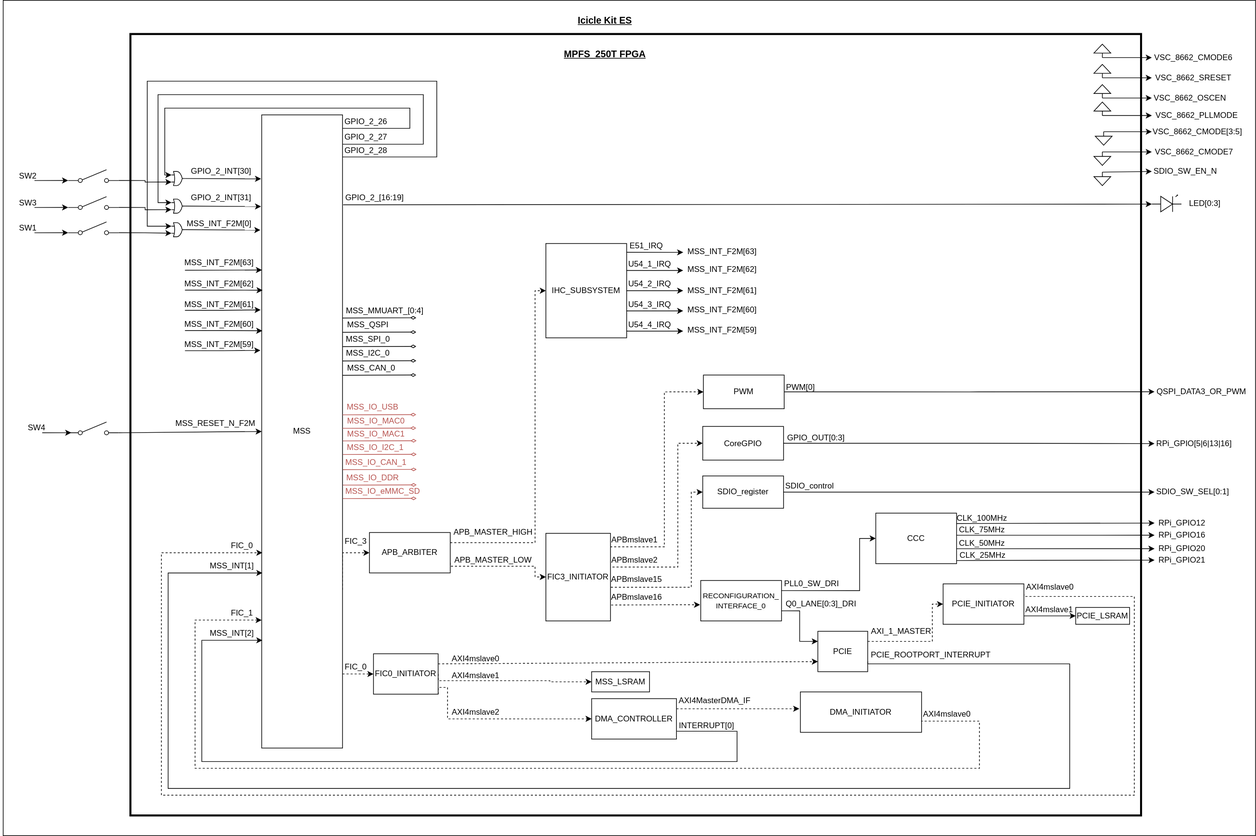
The draw.io diagram block_diagram.svg in polarfire-soc/icicle-kit-reference-design, before a commit. Source tidied: cells renumbered, new cells last; positions are measured from the earlier drawing's top-left corner, leaving out a move shared by most shapes.
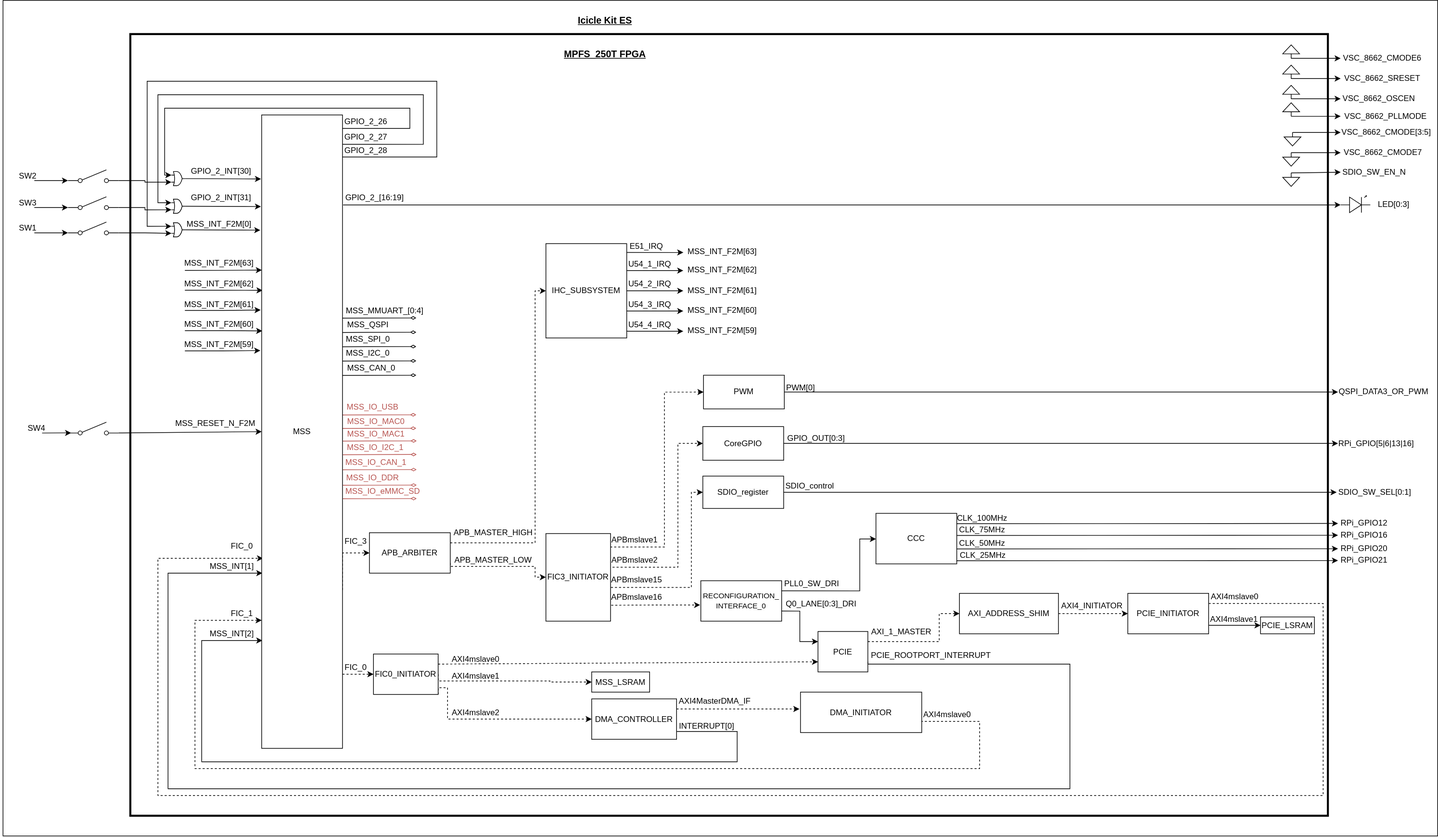
After the change.

Commit message:
Updated block diagram to add axi address shim

What changed in the source:
```diff
@@ -5,6 +5,6 @@
     <mxCell id="2" style="rounded=0;whiteSpace=wrap;html=1;" parent="1" vertex="1">
-      <mxGeometry x="4" width="1860" height="1240" as="geometry" />
+      <mxGeometry x="4" width="2130" height="1240" as="geometry" />
     </mxCell>
     <mxCell id="3" style="rounded=0;whiteSpace=wrap;html=1;strokeWidth=3;" parent="1" vertex="1">
-      <mxGeometry x="193" y="50" width="1501" height="1160" as="geometry" />
+      <mxGeometry x="193" y="50" width="1778" height="1160" as="geometry" />
     </mxCell>
@@ -47,5 +47,2 @@
     </mxCell>
-    <mxCell id="8" value="MSS" style="rounded=0;whiteSpace=wrap;html=1;" parent="1" vertex="1">
-      <mxGeometry x="388" y="170" width="120" height="940" as="geometry" />
-    </mxCell>
     <mxCell id="9" style="edgeStyle=none;rounded=0;jettySize=auto;html=1;exitX=1;exitY=0.25;exitDx=0;exitDy=0;entryX=0;entryY=0.75;entryDx=0;entryDy=0;dashed=1;" parent="1" edge="1" source="11" target="15">
@@ -79,10 +76,10 @@
     </mxCell>
-    <mxCell id="14" style="edgeStyle=orthogonalEdgeStyle;rounded=0;jettySize=auto;html=1;exitX=1;exitY=0.25;exitDx=0;exitDy=0;entryX=0;entryY=0.5;entryDx=0;entryDy=0;dashed=1;" parent="1" edge="1" source="15" target="66">
-      <mxGeometry relative="1" as="geometry">
-        <Array as="points">
-          <mxPoint x="1384" y="951.6" />
-          <mxPoint x="1384" y="896.6" />
-        </Array>
-      </mxGeometry>
-    </mxCell>
+    <mxCell id="195" style="edgeStyle=orthogonalEdgeStyle;rounded=0;jettySize=auto;html=1;exitX=1;exitY=0.25;exitDx=0;exitDy=0;entryX=0;entryY=0.5;entryDx=0;entryDy=0;dashed=1;" parent="1" edge="1" source="15" target="198">
+      <mxGeometry relative="1" as="geometry">
+        <Array as="points">
+          <mxPoint x="1394" y="952" />
+          <mxPoint x="1394" y="910" />
+        </Array>
+      </mxGeometry>
+    </mxCell>
     <mxCell id="15" value="PCIE" style="rounded=0;whiteSpace=wrap;html=1;" parent="1" vertex="1">
@@ -173,6 +170,6 @@
     <mxCell id="33" value="PCIE_LSRAM" style="rounded=0;whiteSpace=wrap;html=1;" parent="1" vertex="1">
-      <mxGeometry x="1597" y="901.2" width="80" height="25" as="geometry" />
+      <mxGeometry x="1871" y="915" width="80" height="25" as="geometry" />
     </mxCell>
     <mxCell id="34" value="AXI4mslave1" style="text;html=1;strokeColor=none;fillColor=none;align=center;verticalAlign=middle;whiteSpace=wrap;rounded=0;" parent="1" vertex="1">
-      <mxGeometry x="1520" y="895.2" width="76" height="20" as="geometry" />
+      <mxGeometry x="1794" y="909" width="76" height="20" as="geometry" />
     </mxCell>
@@ -182,3 +179,3 @@
     <mxCell id="36" value="LED[0:3]" style="text;html=1;strokeColor=none;fillColor=none;align=center;verticalAlign=middle;whiteSpace=wrap;rounded=0;" parent="1" vertex="1">
-      <mxGeometry x="1754" y="291.5" width="70" height="20" as="geometry" />
+      <mxGeometry x="2034" y="292.5" width="70" height="20" as="geometry" />
     </mxCell>
@@ -277,24 +274,22 @@
     </mxCell>
-    <mxCell id="64" style="edgeStyle=orthogonalEdgeStyle;rounded=0;jettySize=auto;html=1;exitX=1;exitY=0.25;exitDx=0;exitDy=0;dashed=1;" parent="1" edge="1" source="66">
-      <mxGeometry relative="1" as="geometry">
-        <mxPoint x="389" y="820" as="targetPoint" />
-        <Array as="points">
-          <mxPoint x="1520" y="885" />
-          <mxPoint x="1684" y="885" />
-          <mxPoint x="1684" y="1180" />
-          <mxPoint x="239" y="1180" />
-          <mxPoint x="239" y="820" />
-        </Array>
-      </mxGeometry>
-    </mxCell>
     <mxCell id="65" style="edgeStyle=orthogonalEdgeStyle;rounded=0;jettySize=auto;html=1;exitX=1;exitY=0.5;exitDx=0;exitDy=0;" parent="1" edge="1" target="33">
       <mxGeometry relative="1" as="geometry">
-        <mxPoint x="1520" y="913.8" as="sourcePoint" />
+        <mxPoint x="1794" y="927.5" as="sourcePoint" />
       </mxGeometry>
     </mxCell>
+    <mxCell id="196" style="edgeStyle=orthogonalEdgeStyle;rounded=0;jettySize=auto;html=1;exitX=1;exitY=0.25;exitDx=0;exitDy=0;entryX=0.017;entryY=0.7;entryDx=0;entryDy=0;entryPerimeter=0;dashed=1;" parent="1" edge="1" source="66" target="8">
+      <mxGeometry relative="1" as="geometry">
+        <Array as="points">
+          <mxPoint x="1964" y="895" />
+          <mxPoint x="1964" y="1180" />
+          <mxPoint x="234" y="1180" />
+          <mxPoint x="234" y="828" />
+        </Array>
+      </mxGeometry>
+    </mxCell>
     <mxCell id="66" value="PCIE_INITIATOR" style="rounded=0;whiteSpace=wrap;html=1;" parent="1" vertex="1">
-      <mxGeometry x="1400" y="866.2" width="120" height="60" as="geometry" />
+      <mxGeometry x="1674" y="880" width="120" height="60" as="geometry" />
     </mxCell>
     <mxCell id="67" value="AXI4mslave0" style="text;html=1;strokeColor=none;fillColor=none;align=center;verticalAlign=middle;whiteSpace=wrap;rounded=0;" parent="1" vertex="1">
-      <mxGeometry x="1521" y="861.2" width="76" height="20" as="geometry" />
+      <mxGeometry x="1795" y="875" width="76" height="20" as="geometry" />
     </mxCell>
@@ -378,3 +373,3 @@
     <mxCell id="86" value="SDIO_SW_EN_N" style="text;html=1;strokeColor=none;fillColor=none;align=center;verticalAlign=middle;whiteSpace=wrap;rounded=0;" parent="1" vertex="1">
-      <mxGeometry x="1710" y="244" width="100" height="20" as="geometry" />
+      <mxGeometry x="1990" y="245" width="100" height="20" as="geometry" />
     </mxCell>
@@ -384,3 +379,3 @@
     <mxCell id="88" style="verticalLabelPosition=bottom;shadow=0;dashed=0;align=center;html=1;verticalAlign=top;shape=mxgraph.electrical.signal_sources.signal_ground;fontColor=#B85450;" parent="1" vertex="1">
-      <mxGeometry x="1624" y="255" width="25" height="20" as="geometry" />
+      <mxGeometry x="1904" y="256" width="25" height="20" as="geometry" />
     </mxCell>
@@ -395,6 +390,6 @@
     <mxCell id="91" value="SDIO_SW_SEL[0:1]" style="text;html=1;strokeColor=none;fillColor=none;align=center;verticalAlign=middle;whiteSpace=wrap;rounded=0;" parent="1" vertex="1">
-      <mxGeometry x="1714" y="720" width="114" height="20" as="geometry" />
+      <mxGeometry x="1984" y="720" width="114" height="20" as="geometry" />
     </mxCell>
     <mxCell id="92" style="verticalLabelPosition=bottom;shadow=0;dashed=0;align=center;html=1;verticalAlign=top;shape=mxgraph.electrical.opto_electronics.led_1;" parent="1" vertex="1">
-      <mxGeometry x="1710" y="289" width="44" height="25" as="geometry" />
+      <mxGeometry x="1990" y="290" width="44" height="25" as="geometry" />
     </mxCell>
@@ -451,6 +446,4 @@
     </mxCell>
-    <mxCell id="101" style="edgeStyle=orthogonalEdgeStyle;rounded=0;jettySize=auto;html=1;exitX=1;exitY=0.5;exitDx=0;exitDy=0;" parent="1" edge="1" source="102">
-      <mxGeometry relative="1" as="geometry">
-        <mxPoint x="1714" y="658" as="targetPoint" />
-      </mxGeometry>
+    <mxCell id="101" style="edgeStyle=orthogonalEdgeStyle;rounded=0;jettySize=auto;html=1;exitX=1;exitY=0.5;exitDx=0;exitDy=0;entryX=0;entryY=0.5;entryDx=0;entryDy=0;" parent="1" edge="1" source="102" target="131">
+      <mxGeometry relative="1" as="geometry" />
     </mxCell>
@@ -462,6 +455,4 @@
     </mxCell>
-    <mxCell id="104" style="edgeStyle=none;rounded=0;jettySize=auto;html=1;exitX=1;exitY=0.5;exitDx=0;exitDy=0;" parent="1" edge="1" source="105">
-      <mxGeometry relative="1" as="geometry">
-        <mxPoint x="1714" y="730" as="targetPoint" />
-      </mxGeometry>
+    <mxCell id="104" style="edgeStyle=none;rounded=0;jettySize=auto;html=1;exitX=1;exitY=0.5;exitDx=0;exitDy=0;" parent="1" edge="1" source="105" target="91">
+      <mxGeometry relative="1" as="geometry" />
     </mxCell>
@@ -474,3 +465,3 @@
     <mxCell id="107" value="VSC_8662_CMODE[3:5]" style="text;html=1;strokeColor=none;fillColor=none;align=center;verticalAlign=middle;whiteSpace=wrap;rounded=0;" parent="1" vertex="1">
-      <mxGeometry x="1710" y="185" width="136" height="20" as="geometry" />
+      <mxGeometry x="1990" y="186" width="136" height="20" as="geometry" />
     </mxCell>
@@ -480,3 +471,3 @@
     <mxCell id="109" style="verticalLabelPosition=bottom;shadow=0;dashed=0;align=center;html=1;verticalAlign=top;shape=mxgraph.electrical.signal_sources.signal_ground;fontColor=#B85450;" parent="1" vertex="1">
-      <mxGeometry x="1626" y="195" width="25" height="20" as="geometry" />
+      <mxGeometry x="1906" y="196" width="25" height="20" as="geometry" />
     </mxCell>
@@ -486,3 +477,3 @@
     <mxCell id="111" value="VSC_8662_CMODE7" style="text;html=1;strokeColor=none;fillColor=none;align=center;verticalAlign=middle;whiteSpace=wrap;rounded=0;" parent="1" vertex="1">
-      <mxGeometry x="1710" y="215" width="126" height="20" as="geometry" />
+      <mxGeometry x="1990" y="216" width="126" height="20" as="geometry" />
     </mxCell>
@@ -492,6 +483,6 @@
     <mxCell id="113" style="verticalLabelPosition=bottom;shadow=0;dashed=0;align=center;html=1;verticalAlign=top;shape=mxgraph.electrical.signal_sources.signal_ground;fontColor=#B85450;" parent="1" vertex="1">
-      <mxGeometry x="1624" y="225" width="25" height="20" as="geometry" />
+      <mxGeometry x="1904" y="226" width="25" height="20" as="geometry" />
     </mxCell>
     <mxCell id="114" value="VSC_8662_CMODE6" style="text;html=1;strokeColor=none;fillColor=none;align=center;verticalAlign=middle;whiteSpace=wrap;rounded=0;" parent="1" vertex="1">
-      <mxGeometry x="1710" y="75" width="124" height="20" as="geometry" />
+      <mxGeometry x="1990" y="76" width="124" height="20" as="geometry" />
     </mxCell>
@@ -501,6 +492,6 @@
     <mxCell id="116" style="verticalLabelPosition=bottom;shadow=0;dashed=0;align=center;html=1;verticalAlign=top;shape=mxgraph.electrical.signal_sources.signal_ground;fontColor=#B85450;rotation=-180;" parent="1" vertex="1">
-      <mxGeometry x="1624" y="65" width="25" height="20" as="geometry" />
+      <mxGeometry x="1904" y="66" width="25" height="20" as="geometry" />
     </mxCell>
     <mxCell id="117" value="VSC_8662_SRESET" style="text;html=1;strokeColor=none;fillColor=none;align=center;verticalAlign=middle;whiteSpace=wrap;rounded=0;" parent="1" vertex="1">
-      <mxGeometry x="1710" y="105" width="124" height="20" as="geometry" />
+      <mxGeometry x="1990" y="106" width="124" height="20" as="geometry" />
     </mxCell>
@@ -510,6 +501,6 @@
     <mxCell id="119" style="verticalLabelPosition=bottom;shadow=0;dashed=0;align=center;html=1;verticalAlign=top;shape=mxgraph.electrical.signal_sources.signal_ground;fontColor=#B85450;rotation=-180;" parent="1" vertex="1">
-      <mxGeometry x="1624" y="95" width="25" height="20" as="geometry" />
+      <mxGeometry x="1904" y="96" width="25" height="20" as="geometry" />
     </mxCell>
     <mxCell id="120" value="VSC_8662_OSCEN" style="text;html=1;strokeColor=none;fillColor=none;align=center;verticalAlign=middle;whiteSpace=wrap;rounded=0;" parent="1" vertex="1">
-      <mxGeometry x="1710" y="135" width="114" height="20" as="geometry" />
+      <mxGeometry x="1990" y="136" width="114" height="20" as="geometry" />
     </mxCell>
@@ -519,6 +510,6 @@
     <mxCell id="122" style="verticalLabelPosition=bottom;shadow=0;dashed=0;align=center;html=1;verticalAlign=top;shape=mxgraph.electrical.signal_sources.signal_ground;fontColor=#B85450;rotation=-180;" parent="1" vertex="1">
-      <mxGeometry x="1624" y="125" width="25" height="20" as="geometry" />
+      <mxGeometry x="1904" y="126" width="25" height="20" as="geometry" />
     </mxCell>
     <mxCell id="123" value="VSC_8662_PLLMODE" style="text;html=1;strokeColor=none;fillColor=none;align=center;verticalAlign=middle;whiteSpace=wrap;rounded=0;" parent="1" vertex="1">
-      <mxGeometry x="1710" y="161" width="134" height="20" as="geometry" />
+      <mxGeometry x="1990" y="162" width="134" height="20" as="geometry" />
     </mxCell>
@@ -528,3 +519,3 @@
     <mxCell id="125" style="verticalLabelPosition=bottom;shadow=0;dashed=0;align=center;html=1;verticalAlign=top;shape=mxgraph.electrical.signal_sources.signal_ground;fontColor=#B85450;rotation=-180;" parent="1" vertex="1">
-      <mxGeometry x="1624" y="151" width="25" height="20" as="geometry" />
+      <mxGeometry x="1904" y="152" width="25" height="20" as="geometry" />
     </mxCell>
@@ -548,3 +539,3 @@
     <mxCell id="131" value="RPi_GPIO[5|6|13|16]" style="text;html=1;strokeColor=none;fillColor=none;align=center;verticalAlign=middle;whiteSpace=wrap;rounded=0;" parent="1" vertex="1">
-      <mxGeometry x="1716" y="647.5" width="114" height="20" as="geometry" />
+      <mxGeometry x="1986" y="647.5" width="114" height="20" as="geometry" />
     </mxCell>
@@ -559,6 +550,5 @@
     </mxCell>
-    <mxCell id="135" style="edgeStyle=none;rounded=0;orthogonalLoop=1;jettySize=auto;html=1;" parent="1" edge="1">
+    <mxCell id="135" style="edgeStyle=none;rounded=0;jettySize=auto;html=1;" parent="1" edge="1" target="136">
       <mxGeometry relative="1" as="geometry">
         <mxPoint x="1420" y="831.6" as="sourcePoint" />
-        <mxPoint x="1714" y="831" as="targetPoint" />
       </mxGeometry>
@@ -566,3 +556,3 @@
     <mxCell id="136" value="RPi_GPIO21" style="text;html=1;strokeColor=none;fillColor=none;align=center;verticalAlign=middle;whiteSpace=wrap;rounded=0;" parent="1" vertex="1">
-      <mxGeometry x="1716" y="821.3" width="78" height="20" as="geometry" />
+      <mxGeometry x="1986" y="821.3" width="78" height="20" as="geometry" />
     </mxCell>
@@ -571,6 +561,5 @@
     </mxCell>
-    <mxCell id="138" style="edgeStyle=none;rounded=0;orthogonalLoop=1;jettySize=auto;html=1;" parent="1" edge="1">
+    <mxCell id="138" style="edgeStyle=none;rounded=0;jettySize=auto;html=1;" parent="1" edge="1" target="139">
       <mxGeometry relative="1" as="geometry">
         <mxPoint x="1420" y="814.1" as="sourcePoint" />
-        <mxPoint x="1714" y="814" as="targetPoint" />
       </mxGeometry>
@@ -578,3 +567,3 @@
     <mxCell id="139" value="RPi_GPIO20" style="text;html=1;strokeColor=none;fillColor=none;align=center;verticalAlign=middle;whiteSpace=wrap;rounded=0;" parent="1" vertex="1">
-      <mxGeometry x="1716" y="803.8" width="78" height="20" as="geometry" />
+      <mxGeometry x="1986" y="803.8" width="78" height="20" as="geometry" />
     </mxCell>
@@ -583,6 +572,5 @@
     </mxCell>
-    <mxCell id="141" style="edgeStyle=none;rounded=0;orthogonalLoop=1;jettySize=auto;html=1;" parent="1" edge="1">
+    <mxCell id="141" style="edgeStyle=none;rounded=0;jettySize=auto;html=1;" parent="1" edge="1" target="142">
       <mxGeometry relative="1" as="geometry">
         <mxPoint x="1420" y="794.1" as="sourcePoint" />
-        <mxPoint x="1714" y="794" as="targetPoint" />
       </mxGeometry>
@@ -590,3 +578,3 @@
     <mxCell id="142" value="RPi_GPIO16" style="text;html=1;strokeColor=none;fillColor=none;align=center;verticalAlign=middle;whiteSpace=wrap;rounded=0;" parent="1" vertex="1">
-      <mxGeometry x="1716" y="783.8" width="78" height="20" as="geometry" />
+      <mxGeometry x="1986" y="783.8" width="78" height="20" as="geometry" />
     </mxCell>
@@ -595,6 +583,5 @@
     </mxCell>
-    <mxCell id="144" style="edgeStyle=none;rounded=0;orthogonalLoop=1;jettySize=auto;html=1;" parent="1" edge="1">
+    <mxCell id="144" style="edgeStyle=none;rounded=0;jettySize=auto;html=1;entryX=0;entryY=0.5;entryDx=0;entryDy=0;" parent="1" edge="1" target="145">
       <mxGeometry relative="1" as="geometry">
         <mxPoint x="1420" y="776.6" as="sourcePoint" />
-        <mxPoint x="1714" y="776" as="targetPoint" />
       </mxGeometry>
@@ -602,3 +589,3 @@
     <mxCell id="145" value="RPi_GPIO12" style="text;html=1;strokeColor=none;fillColor=none;align=center;verticalAlign=middle;whiteSpace=wrap;rounded=0;" parent="1" vertex="1">
-      <mxGeometry x="1716" y="766.3" width="78" height="20" as="geometry" />
+      <mxGeometry x="1986" y="766.3" width="78" height="20" as="geometry" />
     </mxCell>
@@ -655,6 +642,4 @@
     </mxCell>
-    <mxCell id="158" style="edgeStyle=orthogonalEdgeStyle;rounded=0;jettySize=auto;html=1;exitX=1;exitY=0.5;exitDx=0;exitDy=0;" parent="1" edge="1" source="159">
-      <mxGeometry relative="1" as="geometry">
-        <mxPoint x="1714" y="581" as="targetPoint" />
-      </mxGeometry>
+    <mxCell id="158" style="edgeStyle=orthogonalEdgeStyle;rounded=0;jettySize=auto;html=1;exitX=1;exitY=0.5;exitDx=0;exitDy=0;entryX=0;entryY=0.5;entryDx=0;entryDy=0;" parent="1" edge="1" source="159" target="160">
+      <mxGeometry relative="1" as="geometry" />
     </mxCell>
@@ -664,3 +649,3 @@
     <mxCell id="160" value="QSPI_DATA3_OR_PWM" style="text;html=1;strokeColor=none;fillColor=none;align=center;verticalAlign=middle;whiteSpace=wrap;rounded=0;" parent="1" vertex="1">
-      <mxGeometry x="1716" y="571.3" width="136" height="20" as="geometry" />
+      <mxGeometry x="1986" y="571.3" width="136" height="20" as="geometry" />
     </mxCell>
@@ -819,2 +804,14 @@
     </mxCell>
+    <mxCell id="197" style="edgeStyle=orthogonalEdgeStyle;rounded=0;jettySize=auto;html=1;exitX=1;exitY=0.5;exitDx=0;exitDy=0;entryX=0;entryY=0.5;entryDx=0;entryDy=0;dashed=1;" parent="1" edge="1" source="198" target="66">
+      <mxGeometry relative="1" as="geometry" />
+    </mxCell>
+    <mxCell id="198" value="AXI_ADDRESS_SHIM" style="rounded=0;whiteSpace=wrap;html=1;" parent="1" vertex="1">
+      <mxGeometry x="1424" y="880" width="147" height="60" as="geometry" />
+    </mxCell>
+    <mxCell id="199" value="AXI4_INITIATOR" style="text;html=1;strokeColor=none;fillColor=none;align=center;verticalAlign=middle;whiteSpace=wrap;rounded=0;" parent="1" vertex="1">
+      <mxGeometry x="1584" y="889" width="74" height="20" as="geometry" />
+    </mxCell>
+    <mxCell id="8" value="MSS" style="rounded=0;whiteSpace=wrap;html=1;" parent="1" vertex="1">
+      <mxGeometry x="388" y="170" width="120" height="940" as="geometry" />
+    </mxCell>
   </root>
```
